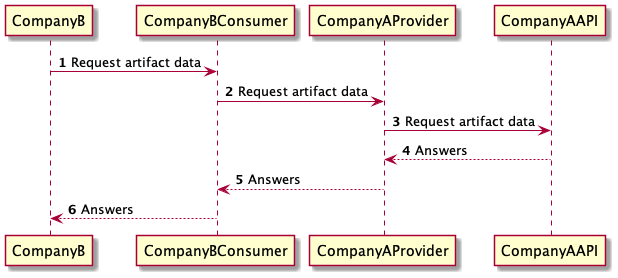
The PlantUML diagram documentation/architecture/diagrams/speedboat-access-company-a-api.png in catenax/tractusx, before a commit. Source of this version:
```plantuml
@startuml

autonumber

CompanyB ->  CompanyBConsumer: Request artifact data
CompanyBConsumer -> CompanyAProvider: Request artifact data
CompanyAProvider -> CompanyAAPI: Request artifact data
CompanyAProvider <-- CompanyAAPI: Answers
CompanyBConsumer <-- CompanyAProvider: Answers
CompanyB <-- CompanyBConsumer: Answers

@enduml
```
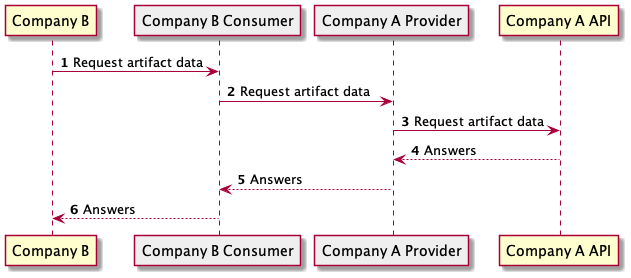
Later version of the same file.

Change to the diagram source:
```diff
@@ -1,6 +1,11 @@
 @startuml
 
 autonumber
+
+participant "Company B" as CompanyB
+participant "Company B Consumer" as CompanyBConsumer #efefef
+participant "Company A Provider" as CompanyAProvider #efefef
+participant "Company A API" as CompanyAAPI
 
 CompanyB ->  CompanyBConsumer: Request artifact data
 CompanyBConsumer -> CompanyAProvider: Request artifact data
```
